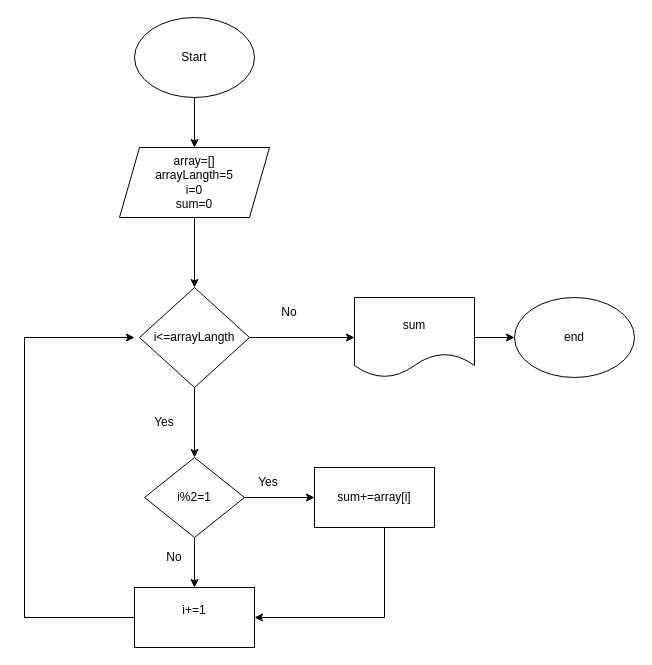
Dioneer/Flowcharts keeps this draw.io diagram as odd index.drawio. Above is the earlier version. Source tidied: cells renumbered, new cells numbered last; positions are measured from the earlier drawing's top-left corner, leaving out a move shared by most shapes. Both pictures are drawn from the tidied source at 100%, with x=0, y=0 at pixel (24, 17).
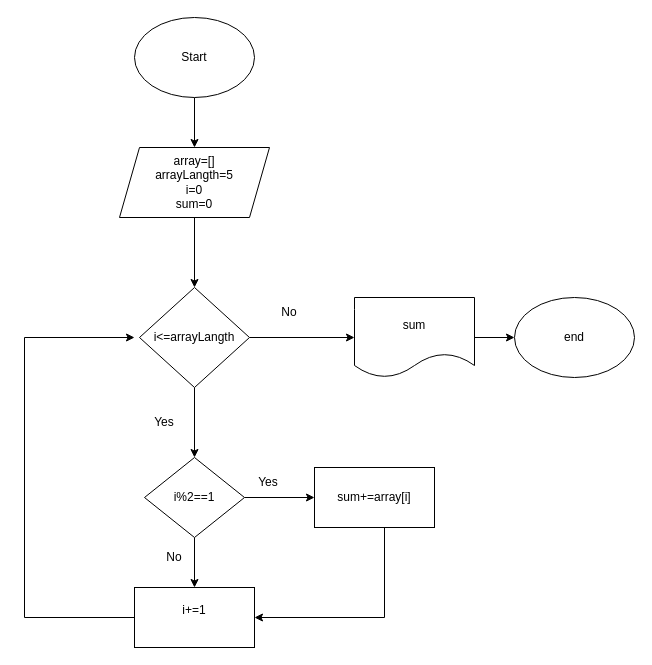
After the change.

Diff of the diagram source:
```diff
@@
-    <mxCell id="8" value="i%2=1" style="rhombus;whiteSpace=wrap;html=1;" parent="1" vertex="1">
+    <mxCell id="8" value="i%2==1" style="rhombus;whiteSpace=wrap;html=1;" parent="1" vertex="1">
       <mxGeometry x="120" y="440" width="100" height="80" as="geometry" />
     </mxCell>
```
